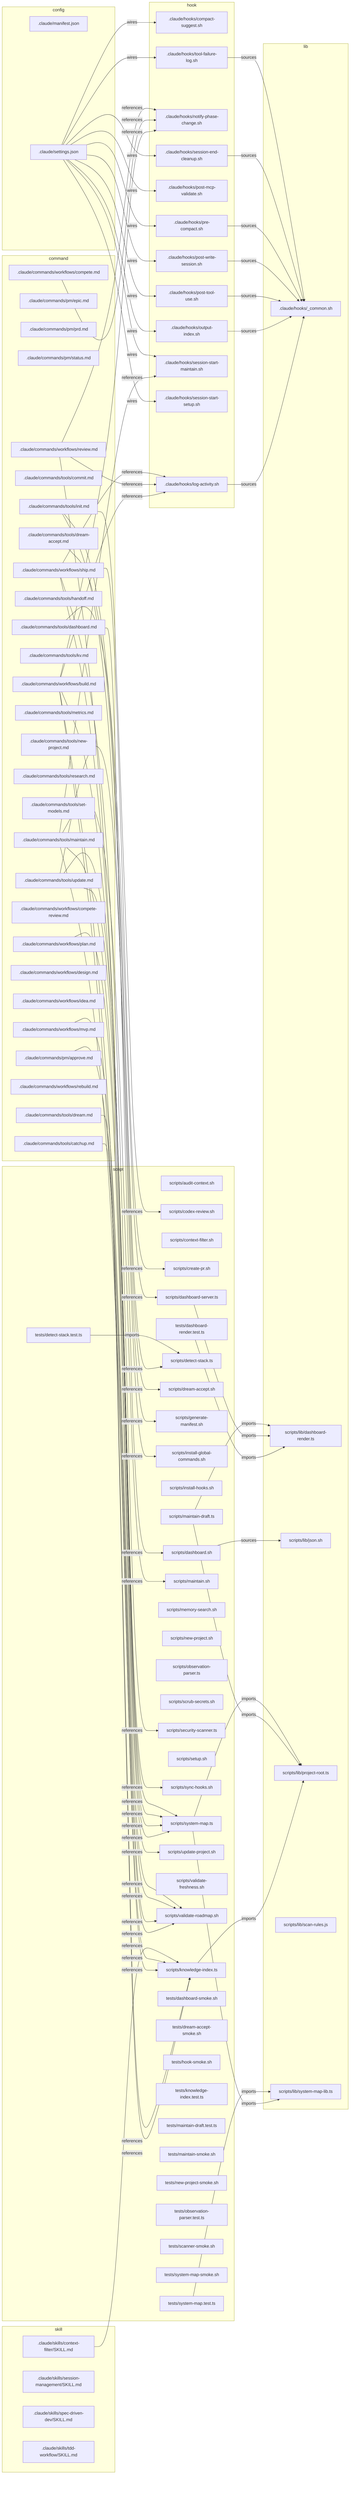
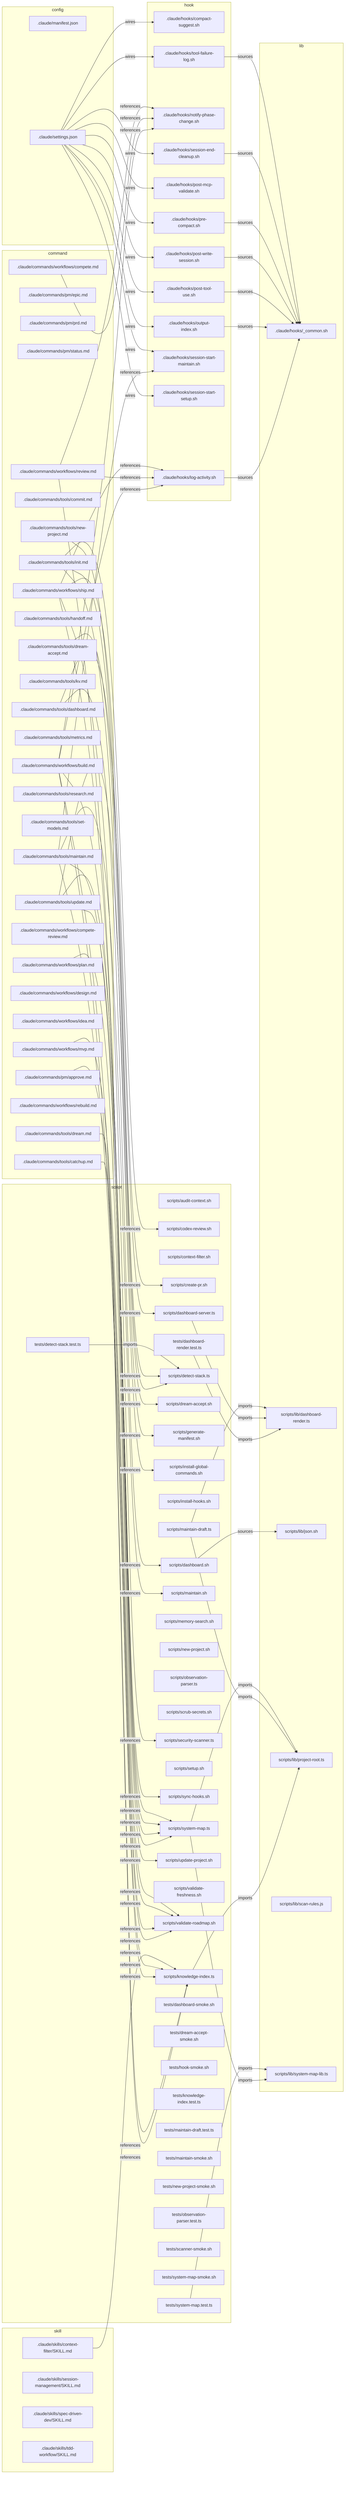
flowchart LR
  subgraph command
    c_pm_approve[".claude/commands/pm/approve.md"]
    c_pm_epic[".claude/commands/pm/epic.md"]
    c_pm_prd[".claude/commands/pm/prd.md"]
    c_pm_status[".claude/commands/pm/status.md"]
    c_tools_catchup[".claude/commands/tools/catchup.md"]
    c_tools_commit[".claude/commands/tools/commit.md"]
    c_tools_dashboard[".claude/commands/tools/dashboard.md"]
    c_tools_dream_accept[".claude/commands/tools/dream-accept.md"]
    c_tools_dream[".claude/commands/tools/dream.md"]
    c_tools_handoff[".claude/commands/tools/handoff.md"]
    c_tools_init[".claude/commands/tools/init.md"]
    c_tools_kv[".claude/commands/tools/kv.md"]
    c_tools_maintain[".claude/commands/tools/maintain.md"]
    c_tools_metrics[".claude/commands/tools/metrics.md"]
    c_tools_new_project[".claude/commands/tools/new-project.md"]
    c_tools_research[".claude/commands/tools/research.md"]
    c_tools_set_models[".claude/commands/tools/set-models.md"]
    c_tools_update[".claude/commands/tools/update.md"]
    c_workflows_build[".claude/commands/workflows/build.md"]
    c_workflows_compete_review[".claude/commands/workflows/compete-review.md"]
    c_workflows_compete[".claude/commands/workflows/compete.md"]
    c_workflows_design[".claude/commands/workflows/design.md"]
    c_workflows_idea[".claude/commands/workflows/idea.md"]
    c_workflows_mvp[".claude/commands/workflows/mvp.md"]
    c_workflows_plan[".claude/commands/workflows/plan.md"]
    c_workflows_rebuild[".claude/commands/workflows/rebuild.md"]
    c_workflows_review[".claude/commands/workflows/review.md"]
    c_workflows_ship[".claude/commands/workflows/ship.md"]
  end
  subgraph config
    cfg_manifest[".claude/manifest.json"]
    cfg_settings[".claude/settings.json"]
  end
  subgraph hook
    h_compact_suggest[".claude/hooks/compact-suggest.sh"]
    h_log_activity[".claude/hooks/log-activity.sh"]
    h_notify_phase_change[".claude/hooks/notify-phase-change.sh"]
    h_output_index[".claude/hooks/output-index.sh"]
    h_post_mcp_validate[".claude/hooks/post-mcp-validate.sh"]
    h_post_tool_use[".claude/hooks/post-tool-use.sh"]
    h_post_write_session[".claude/hooks/post-write-session.sh"]
    h_pre_compact[".claude/hooks/pre-compact.sh"]
    h_session_end_cleanup[".claude/hooks/session-end-cleanup.sh"]
    h_session_start_maintain[".claude/hooks/session-start-maintain.sh"]
    h_session_start_setup[".claude/hooks/session-start-setup.sh"]
    h_tool_failure_log[".claude/hooks/tool-failure-log.sh"]
  end
  subgraph lib
    l_common[".claude/hooks/_common.sh"]
    l_dashboard_render["scripts/lib/dashboard-render.ts"]
    l_json["scripts/lib/json.sh"]
    l_project_root["scripts/lib/project-root.ts"]
    l_scan_rules["scripts/lib/scan-rules.js"]
    l_system_map_lib["scripts/lib/system-map-lib.ts"]
  end
  subgraph script
    s_audit_context["scripts/audit-context.sh"]
    s_codex_review["scripts/codex-review.sh"]
    s_context_filter["scripts/context-filter.sh"]
    s_create_pr["scripts/create-pr.sh"]
    s_dashboard_server["scripts/dashboard-server.ts"]
    s_dashboard["scripts/dashboard.sh"]
    s_detect_stack["scripts/detect-stack.ts"]
    s_dream_accept["scripts/dream-accept.sh"]
    s_generate_manifest["scripts/generate-manifest.sh"]
    s_install_global_commands["scripts/install-global-commands.sh"]
    s_install_hooks["scripts/install-hooks.sh"]
    s_knowledge_index["scripts/knowledge-index.ts"]
    s_maintain_draft["scripts/maintain-draft.ts"]
    s_maintain["scripts/maintain.sh"]
    s_memory_search["scripts/memory-search.sh"]
    s_new_project["scripts/new-project.sh"]
    s_observation_parser["scripts/observation-parser.ts"]
    s_scrub_secrets["scripts/scrub-secrets.sh"]
    s_security_scanner["scripts/security-scanner.ts"]
    s_setup["scripts/setup.sh"]
    s_sync_hooks["scripts/sync-hooks.sh"]
    s_system_map["scripts/system-map.ts"]
    s_update_project["scripts/update-project.sh"]
    s_validate_freshness["scripts/validate-freshness.sh"]
    s_validate_roadmap["scripts/validate-roadmap.sh"]
    s_dashboard_render_test["tests/dashboard-render.test.ts"]
    s_dashboard_smoke["tests/dashboard-smoke.sh"]
    s_detect_stack_test["tests/detect-stack.test.ts"]
    s_dream_accept_smoke["tests/dream-accept-smoke.sh"]
    s_hook_smoke["tests/hook-smoke.sh"]
    s_knowledge_index_test["tests/knowledge-index.test.ts"]
    s_maintain_draft_test["tests/maintain-draft.test.ts"]
    s_maintain_smoke["tests/maintain-smoke.sh"]
    s_new_project_smoke["tests/new-project-smoke.sh"]
    s_observation_parser_test["tests/observation-parser.test.ts"]
    s_scanner_smoke["tests/scanner-smoke.sh"]
    s_system_map_smoke["tests/system-map-smoke.sh"]
    s_system_map_test["tests/system-map.test.ts"]
  end
  subgraph skill
    sk_context_filter_skill[".claude/skills/context-filter/SKILL.md"]
    sk_session_management_skill[".claude/skills/session-management/SKILL.md"]
    sk_spec_driven_dev_skill[".claude/skills/spec-driven-dev/SKILL.md"]
    sk_tdd_workflow_skill[".claude/skills/tdd-workflow/SKILL.md"]
  end
  c_pm_approve -->|references| s_validate_roadmap
  c_tools_catchup -->|references| s_knowledge_index
  c_tools_dashboard -->|references| s_dashboard
  c_tools_dashboard -->|references| s_dashboard_server
  c_tools_dream -->|references| s_knowledge_index
  c_tools_dream_accept -->|references| s_dream_accept
  c_tools_init -->|references| s_codex_review
  c_tools_init -->|references| s_detect_stack
  c_tools_init -->|references| s_install_global_commands
  c_tools_maintain -->|references| h_session_start_maintain
  c_tools_maintain -->|references| s_knowledge_index
  c_tools_maintain -->|references| s_maintain
  c_tools_maintain -->|references| s_system_map
+   c_tools_new_project -->|references| s_detect_stack
  c_tools_update -->|references| s_generate_manifest
  c_tools_update -->|references| s_sync_hooks
  c_tools_update -->|references| s_update_project
  c_workflows_build -->|references| h_log_activity
  c_workflows_build -->|references| h_notify_phase_change
  c_workflows_build -->|references| s_knowledge_index
  c_workflows_build -->|references| s_system_map
  c_workflows_build -->|references| s_validate_roadmap
  c_workflows_compete -->|references| h_notify_phase_change
  c_workflows_mvp -->|references| s_validate_roadmap
  c_workflows_plan -->|references| s_validate_roadmap
  c_workflows_review -->|references| h_log_activity
  c_workflows_review -->|references| h_notify_phase_change
  c_workflows_review -->|references| s_system_map
  c_workflows_ship -->|references| h_log_activity
  c_workflows_ship -->|references| s_create_pr
  c_workflows_ship -->|references| s_security_scanner
  c_workflows_ship -->|references| s_system_map
  cfg_settings -->|wires| h_compact_suggest
  cfg_settings -->|wires| h_output_index
  cfg_settings -->|wires| h_post_mcp_validate
  cfg_settings -->|wires| h_post_tool_use
  cfg_settings -->|wires| h_post_write_session
  cfg_settings -->|wires| h_pre_compact
  cfg_settings -->|wires| h_session_end_cleanup
  cfg_settings -->|wires| h_session_start_maintain
  cfg_settings -->|wires| h_session_start_setup
  cfg_settings -->|wires| h_tool_failure_log
  h_log_activity -->|sources| l_common
  h_output_index -->|sources| l_common
  h_post_tool_use -->|sources| l_common
  h_post_write_session -->|sources| l_common
  h_pre_compact -->|sources| l_common
  h_session_end_cleanup -->|sources| l_common
  h_tool_failure_log -->|sources| l_common
  s_dashboard -->|sources| l_json
  s_dashboard_render_test -->|imports| l_dashboard_render
  s_dashboard_server -->|imports| l_dashboard_render
  s_detect_stack_test -->|imports| s_detect_stack
  s_knowledge_index -->|imports| l_project_root
  s_maintain_draft -->|imports| l_dashboard_render
  s_maintain_draft -->|imports| l_project_root
  s_system_map -->|imports| l_project_root
  s_system_map -->|imports| l_system_map_lib
  s_system_map_test -->|imports| l_system_map_lib
  sk_context_filter_skill -->|references| s_knowledge_index
